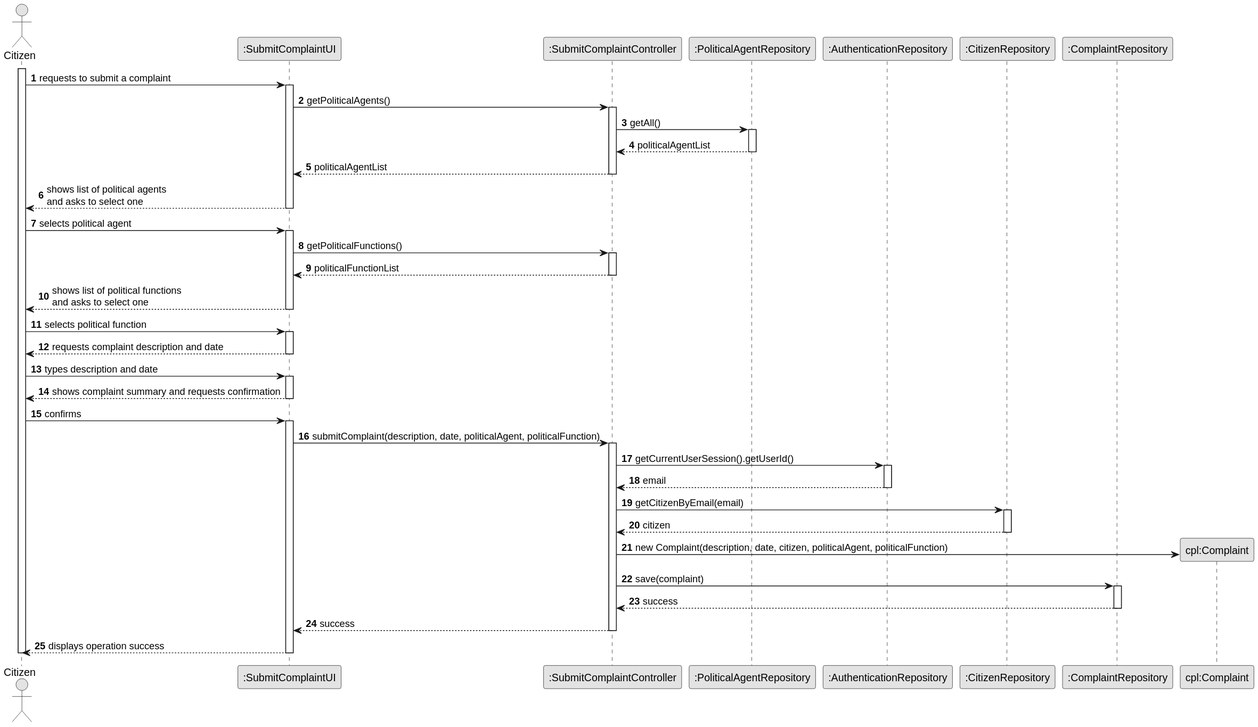
Above: docs/system-documentation/US12/03.design/svg/US12-SD.svg in brunodspinto/crystal-clear-platform (PlantUML), before the change.
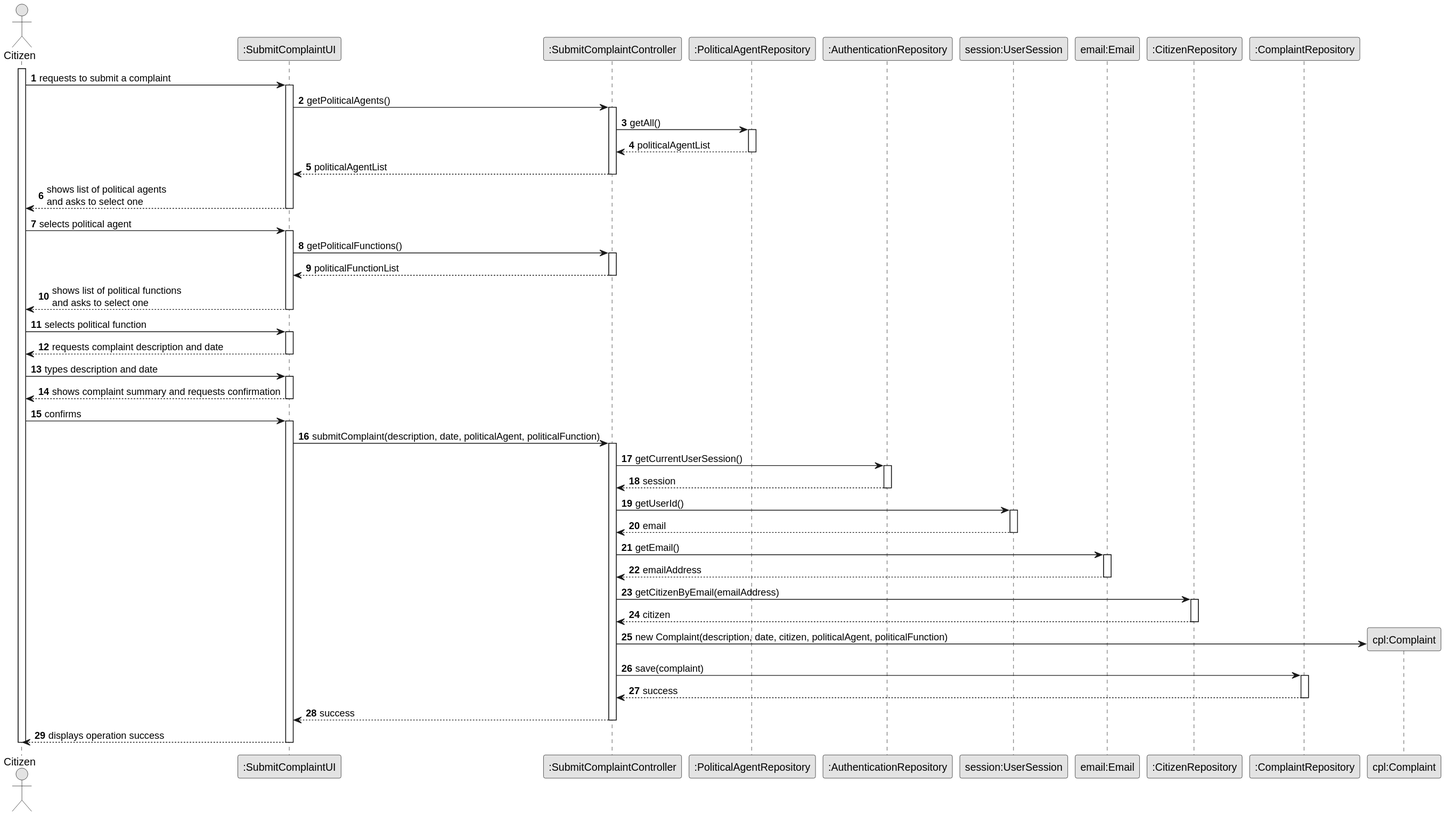
Later version of the same file.

Change to the diagram source:
```diff
@@ -10,6 +10,8 @@
 participant ":SubmitComplaintController" as CTRL
 participant ":PoliticalAgentRepository" as PAR
 participant ":AuthenticationRepository" as AR
+participant "session:UserSession" as SESS
+participant "email:Email" as EML
 participant ":CitizenRepository" as CitR
 participant ":ComplaintRepository" as CR
 participant "cpl:Complaint" as CPL
@@ -58,12 +60,22 @@
         UI -> CTRL : submitComplaint(description, date, politicalAgent, politicalFunction)
         activate CTRL
 
-            CTRL -> AR : getCurrentUserSession().getUserId()
+            CTRL -> AR : getCurrentUserSession()
             activate AR
-                AR --> CTRL : email
+                AR --> CTRL : session
             deactivate AR
 
-            CTRL -> CitR : getCitizenByEmail(email)
+            CTRL -> SESS : getUserId()
+            activate SESS
+                SESS --> CTRL : email
+            deactivate SESS
+
+            CTRL -> EML : getEmail()
+            activate EML
+                EML --> CTRL : emailAddress
+            deactivate EML
+
+            CTRL -> CitR : getCitizenByEmail(emailAddress)
             activate CitR
                 CitR --> CTRL : citizen
             deactivate CitR
```
